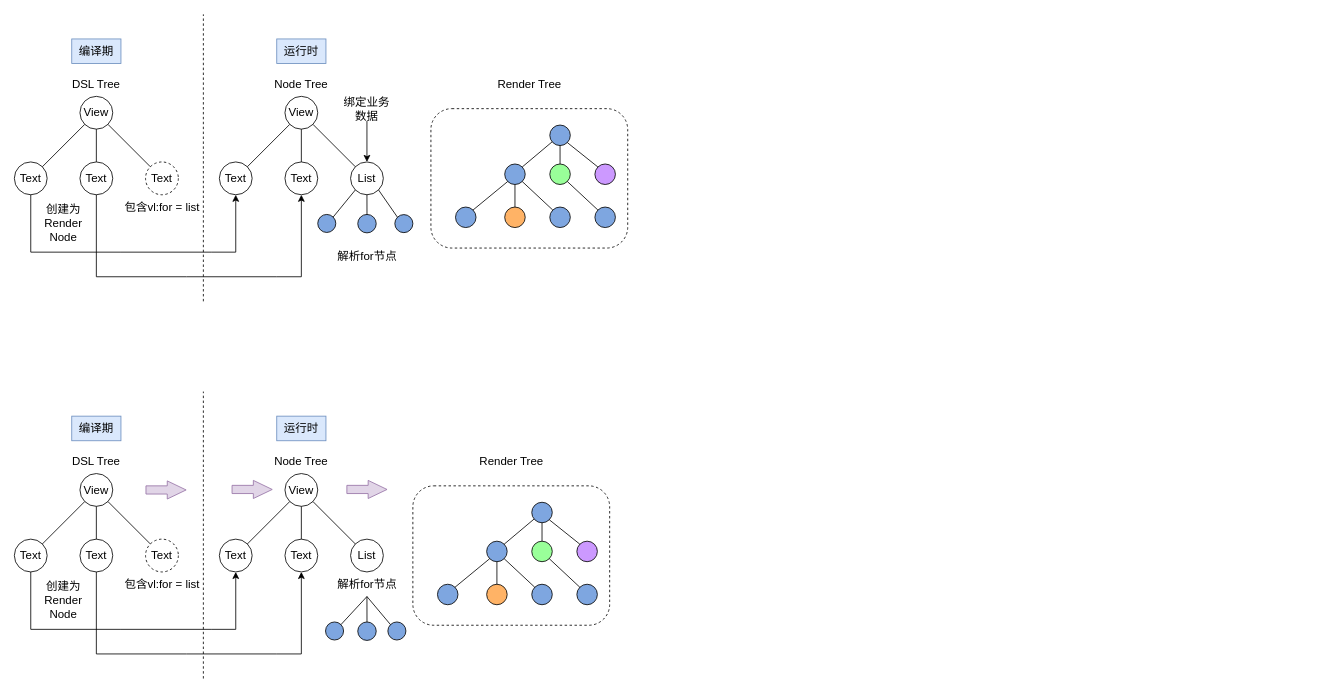
Earlier version of the draw.io diagram page "第 1 页" (1 of 2) of FS/未命名绘图.drawio (zqy0917/C_DR_Learn). Source tidied: cells renumbered, new cells numbered last; positions are measured from the earlier drawing's top-left corner, leaving out a move shared by most shapes. Both pictures are drawn from the tidied source at 82%, with x=0, y=0 at pixel (14, 14).
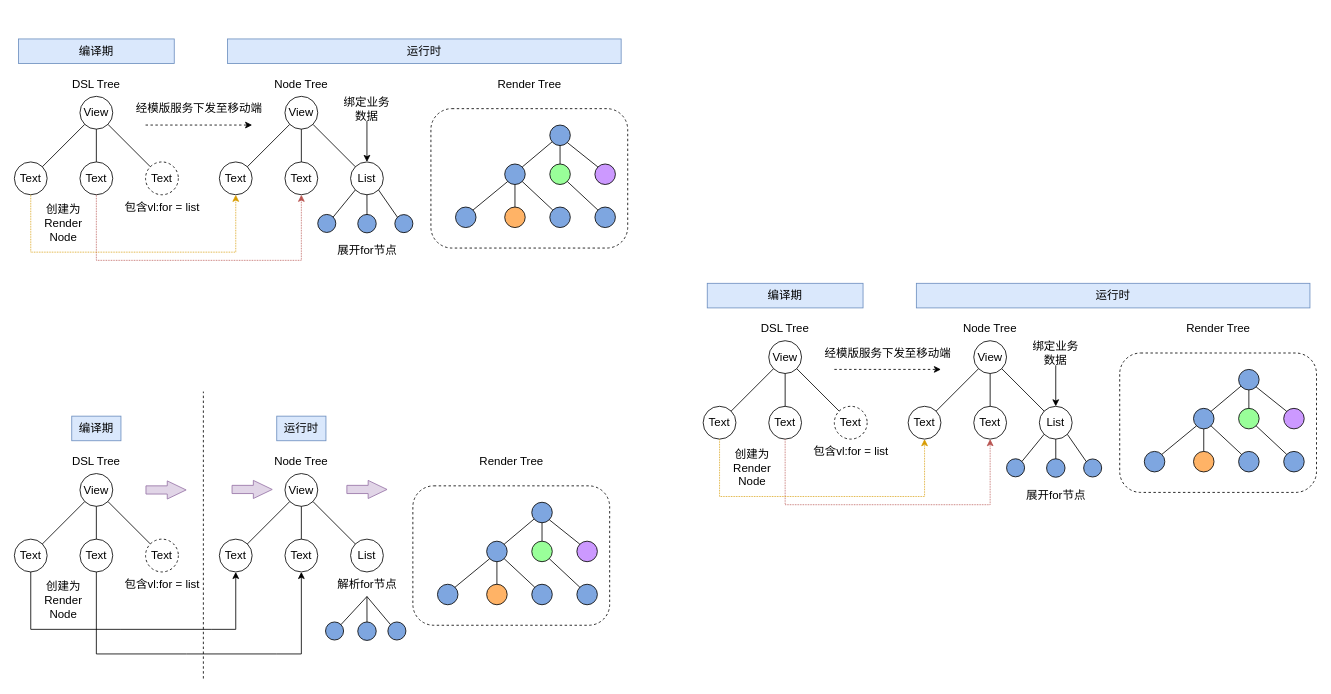
Above is the later version.

Commit message (it also covers changes not shown here):
更新未命名绘图.drawio

Unchanged cells that the change refers to:
```xml
<mxCell id="4" value="Text" style="ellipse;whiteSpace=wrap;html=1;fontSize=14;" parent="1" vertex="1">
  <mxGeometry y="180" width="40" height="40" as="geometry" />
</mxCell>
<mxCell id="6" value="Text" style="ellipse;whiteSpace=wrap;html=1;fontSize=14;" parent="1" vertex="1">
  <mxGeometry x="80" y="180" width="40" height="40" as="geometry" />
</mxCell>
<mxCell id="26" value="Text" style="ellipse;whiteSpace=wrap;html=1;fontSize=14;" parent="1" vertex="1">
  <mxGeometry x="250" y="180" width="40" height="40" as="geometry" />
</mxCell>
<mxCell id="28" value="Text" style="ellipse;whiteSpace=wrap;html=1;fontSize=14;" parent="1" vertex="1">
  <mxGeometry x="330" y="180" width="40" height="40" as="geometry" />
</mxCell>
```

The edit, as a diff of the source:
```diff
@@
-    <mxCell id="32" style="endArrow=classic;html=1;rounded=0;fontSize=14;exitX=0.5;exitY=1;exitDx=0;exitDy=0;entryX=0.5;entryY=1;entryDx=0;entryDy=0;" parent="1" edge="1" source="6" target="28">
+    <mxCell id="32" style="endArrow=classic;html=1;rounded=0;fontSize=14;exitX=0.5;exitY=1;exitDx=0;exitDy=0;entryX=0.5;entryY=1;entryDx=0;entryDy=0;fillColor=#f8cecc;strokeColor=#b85450;dashed=1;dashPattern=1 1;" parent="1" edge="1" source="6" target="28">
       <mxGeometry relative="1" as="geometry">
         <Array as="points">
-          <mxPoint x="100" y="320" />
-          <mxPoint x="210" y="320" />
-          <mxPoint x="320" y="320" />
-          <mxPoint x="350" y="320" />
+          <mxPoint x="100" y="300" />
+          <mxPoint x="210" y="300" />
+          <mxPoint x="320" y="300" />
+          <mxPoint x="350" y="300" />
         </Array>
       </mxGeometry>
     </mxCell>
-    <mxCell id="33" style="endArrow=classic;html=1;rounded=0;fontSize=14;exitX=0.5;exitY=1;exitDx=0;exitDy=0;entryX=0.5;entryY=1;entryDx=0;entryDy=0;" parent="1" edge="1" source="4" target="26">
+    <mxCell id="33" style="endArrow=classic;html=1;rounded=0;fontSize=14;exitX=0.5;exitY=1;exitDx=0;exitDy=0;entryX=0.5;entryY=1;entryDx=0;entryDy=0;fillColor=#ffe6cc;strokeColor=#d79b00;dashed=1;dashPattern=1 1;" parent="1" edge="1" source="4" target="26">
       <mxGeometry relative="1" as="geometry">
         <Array as="points">
           <mxPoint x="20" y="290" />
           <mxPoint x="130" y="290" />
           <mxPoint x="240" y="290" />
           <mxPoint x="270" y="290" />
         </Array>
       </mxGeometry>
     </mxCell>
@@
-    <mxCell id="38" value="解析for节点" style="text;html=1;strokeColor=none;fillColor=none;align=center;verticalAlign=middle;whiteSpace=wrap;rounded=0;fontSize=14;" parent="1" vertex="1">
-      <mxGeometry x="380" y="280" width="101" height="30" as="geometry" />
+    <mxCell id="38" value="展开for节点" style="text;html=1;strokeColor=none;fillColor=none;align=center;verticalAlign=middle;whiteSpace=wrap;rounded=0;fontSize=14;" parent="1" vertex="1">
+      <mxGeometry x="380" y="273" width="101" height="30" as="geometry" />
     </mxCell>
@@
-    <mxCell id="40" style="endArrow=none;dashed=1;html=1;rounded=0;fontSize=14;" parent="1" edge="1">
-      <mxGeometry relative="1" as="geometry">
-        <mxPoint x="230.5" y="350" as="sourcePoint" />
-        <mxPoint x="230.5" as="targetPoint" />
-      </mxGeometry>
-    </mxCell>
     <mxCell id="41" value="编译期" style="text;html=1;strokeColor=#6c8ebf;fillColor=#dae8fc;align=center;verticalAlign=middle;whiteSpace=wrap;rounded=0;fontSize=14;" parent="1" vertex="1">
-      <mxGeometry x="70" y="30" width="60" height="30" as="geometry" />
+      <mxGeometry x="5" y="30" width="190" height="30" as="geometry" />
     </mxCell>
     <mxCell id="42" value="运行时" style="text;html=1;strokeColor=#6c8ebf;fillColor=#dae8fc;align=center;verticalAlign=middle;whiteSpace=wrap;rounded=0;fontSize=14;" parent="1" vertex="1">
-      <mxGeometry x="320" y="30" width="60" height="30" as="geometry" />
+      <mxGeometry x="260" y="30" width="480" height="30" as="geometry" />
     </mxCell>
@@
+    <mxCell id="101" style="endArrow=classic;html=1;rounded=0;fontSize=14;dashed=1;" parent="1" edge="1">
+      <mxGeometry relative="1" as="geometry">
+        <mxPoint x="160" y="135" as="sourcePoint" />
+        <mxPoint x="290" y="135" as="targetPoint" />
+      </mxGeometry>
+    </mxCell>
+    <mxCell id="102" value="经模版服务下发至移动端" style="text;html=1;align=center;verticalAlign=middle;strokeColor=none;fillColor=none;fontSize=14;" parent="1" vertex="1">
+      <mxGeometry x="135" y="100" width="180" height="30" as="geometry" />
+    </mxCell>
+    <mxCell id="103" style="rounded=1;whiteSpace=wrap;html=1;shadow=0;dashed=1;" parent="1" vertex="1">
+      <mxGeometry x="1348" y="413" width="240" height="170" as="geometry" />
+    </mxCell>
+    <mxCell id="104" value="View" style="ellipse;whiteSpace=wrap;html=1;fontSize=14;" parent="1" vertex="1">
+      <mxGeometry x="920" y="398" width="40" height="40" as="geometry" />
+    </mxCell>
+    <mxCell id="105" value="Text" style="ellipse;whiteSpace=wrap;html=1;fontSize=14;" parent="1" vertex="1">
+      <mxGeometry x="840" y="478" width="40" height="40" as="geometry" />
+    </mxCell>
+    <mxCell id="106" style="endArrow=none;html=1;rounded=0;exitX=1;exitY=0;exitDx=0;exitDy=0;" parent="1" edge="1" source="105" target="104">
+      <mxGeometry relative="1" as="geometry" />
+    </mxCell>
+    <mxCell id="107" value="Text" style="ellipse;whiteSpace=wrap;html=1;fontSize=14;" parent="1" vertex="1">
+      <mxGeometry x="920" y="478" width="40" height="40" as="geometry" />
+    </mxCell>
+    <mxCell id="108" value="Text" style="ellipse;whiteSpace=wrap;html=1;fontSize=14;dashed=1;" parent="1" vertex="1">
+      <mxGeometry x="1000" y="478" width="40" height="40" as="geometry" />
+    </mxCell>
+    <mxCell id="109" style="endArrow=none;html=1;rounded=0;entryX=0.5;entryY=1;entryDx=0;entryDy=0;" parent="1" edge="1" source="107" target="104">
+      <mxGeometry relative="1" as="geometry" />
+    </mxCell>
+    <mxCell id="110" style="endArrow=none;html=1;rounded=0;exitX=1;exitY=1;exitDx=0;exitDy=0;entryX=0;entryY=0;entryDx=0;entryDy=0;" parent="1" edge="1" source="104" target="108">
+      <mxGeometry relative="1" as="geometry" />
+    </mxCell>
+    <mxCell id="111" style="ellipse;whiteSpace=wrap;html=1;fillColor=#7EA6E0;" parent="1" vertex="1">
+      <mxGeometry x="1493" y="433" width="25" height="25" as="geometry" />
+    </mxCell>
+    <mxCell id="112" style="ellipse;whiteSpace=wrap;html=1;fillColor=#7EA6E0;" parent="1" vertex="1">
+      <mxGeometry x="1438" y="480.5" width="25" height="25" as="geometry" />
+    </mxCell>
+    <mxCell id="113" style="endArrow=none;html=1;rounded=0;exitX=1;exitY=0;exitDx=0;exitDy=0;" parent="1" edge="1" source="112" target="111">
+      <mxGeometry relative="1" as="geometry" />
+    </mxCell>
+    <mxCell id="114" style="ellipse;whiteSpace=wrap;html=1;fillColor=#99FF99;" parent="1" vertex="1">
+      <mxGeometry x="1493" y="480.5" width="25" height="25" as="geometry" />
+    </mxCell>
+    <mxCell id="115" style="ellipse;whiteSpace=wrap;html=1;fillColor=#CC99FF;" parent="1" vertex="1">
+      <mxGeometry x="1548" y="480.5" width="25" height="25" as="geometry" />
+    </mxCell>
+    <mxCell id="116" style="endArrow=none;html=1;rounded=0;entryX=0.5;entryY=1;entryDx=0;entryDy=0;" parent="1" edge="1" source="114" target="111">
+      <mxGeometry relative="1" as="geometry" />
+    </mxCell>
+    <mxCell id="117" style="endArrow=none;html=1;rounded=0;exitX=1;exitY=1;exitDx=0;exitDy=0;entryX=0;entryY=0;entryDx=0;entryDy=0;" parent="1" edge="1" source="111" target="115">
+      <mxGeometry relative="1" as="geometry" />
+    </mxCell>
+    <mxCell id="118" style="ellipse;whiteSpace=wrap;html=1;fillColor=#7EA6E0;" parent="1" vertex="1">
+      <mxGeometry x="1378" y="533" width="25" height="25" as="geometry" />
+    </mxCell>
+    <mxCell id="119" style="ellipse;whiteSpace=wrap;html=1;fillColor=#FFB366;" parent="1" vertex="1">
+      <mxGeometry x="1438" y="533" width="25" height="25" as="geometry" />
+    </mxCell>
+    <mxCell id="120" style="ellipse;whiteSpace=wrap;html=1;fillColor=#7EA6E0;" parent="1" vertex="1">
+      <mxGeometry x="1493" y="533" width="25" height="25" as="geometry" />
+    </mxCell>
+    <mxCell id="121" style="ellipse;whiteSpace=wrap;html=1;fillColor=#7EA6E0;" parent="1" vertex="1">
+      <mxGeometry x="1548" y="533" width="25" height="25" as="geometry" />
+    </mxCell>
+    <mxCell id="122" style="endArrow=none;html=1;rounded=0;exitX=1;exitY=0;exitDx=0;exitDy=0;entryX=0;entryY=1;entryDx=0;entryDy=0;" parent="1" edge="1" source="118" target="112">
+      <mxGeometry relative="1" as="geometry" />
+    </mxCell>
+    <mxCell id="123" style="endArrow=none;html=1;rounded=0;entryX=0.5;entryY=1;entryDx=0;entryDy=0;exitX=0.5;exitY=0;exitDx=0;exitDy=0;" parent="1" edge="1" source="119" target="112">
+      <mxGeometry relative="1" as="geometry" />
+    </mxCell>
+    <mxCell id="124" style="endArrow=none;html=1;rounded=0;exitX=1;exitY=1;exitDx=0;exitDy=0;entryX=0;entryY=0;entryDx=0;entryDy=0;" parent="1" edge="1" source="112" target="120">
+      <mxGeometry relative="1" as="geometry" />
+    </mxCell>
+    <mxCell id="125" style="endArrow=none;html=1;rounded=0;entryX=1;entryY=1;entryDx=0;entryDy=0;exitX=0;exitY=0;exitDx=0;exitDy=0;" parent="1" edge="1" source="121" target="114">
+      <mxGeometry relative="1" as="geometry" />
+    </mxCell>
+    <mxCell id="126" value="View" style="ellipse;whiteSpace=wrap;html=1;fontSize=14;" parent="1" vertex="1">
+      <mxGeometry x="1170" y="398" width="40" height="40" as="geometry" />
+    </mxCell>
+    <mxCell id="127" value="Text" style="ellipse;whiteSpace=wrap;html=1;fontSize=14;" parent="1" vertex="1">
+      <mxGeometry x="1090" y="478" width="40" height="40" as="geometry" />
+    </mxCell>
+    <mxCell id="128" style="endArrow=none;html=1;rounded=0;exitX=1;exitY=0;exitDx=0;exitDy=0;" parent="1" edge="1" source="127" target="126">
+      <mxGeometry relative="1" as="geometry" />
+    </mxCell>
+    <mxCell id="129" value="Text" style="ellipse;whiteSpace=wrap;html=1;fontSize=14;" parent="1" vertex="1">
+      <mxGeometry x="1170" y="478" width="40" height="40" as="geometry" />
+    </mxCell>
+    <mxCell id="130" value="List" style="ellipse;whiteSpace=wrap;html=1;fontSize=14;" parent="1" vertex="1">
+      <mxGeometry x="1250" y="478" width="40" height="40" as="geometry" />
+    </mxCell>
+    <mxCell id="131" style="endArrow=none;html=1;rounded=0;entryX=0.5;entryY=1;entryDx=0;entryDy=0;" parent="1" edge="1" source="129" target="126">
+      <mxGeometry relative="1" as="geometry" />
+    </mxCell>
+    <mxCell id="132" style="endArrow=none;html=1;rounded=0;exitX=1;exitY=1;exitDx=0;exitDy=0;entryX=0;entryY=0;entryDx=0;entryDy=0;" parent="1" edge="1" source="126" target="130">
+      <mxGeometry relative="1" as="geometry" />
+    </mxCell>
+    <mxCell id="133" style="endArrow=classic;html=1;rounded=0;fontSize=14;exitX=0.5;exitY=1;exitDx=0;exitDy=0;entryX=0.5;entryY=1;entryDx=0;entryDy=0;fillColor=#f8cecc;strokeColor=#b85450;dashed=1;dashPattern=1 1;" parent="1" edge="1" source="107" target="129">
+      <mxGeometry relative="1" as="geometry">
+        <Array as="points">
+          <mxPoint x="940" y="598" />
+          <mxPoint x="1050" y="598" />
+          <mxPoint x="1160" y="598" />
+          <mxPoint x="1190" y="598" />
+        </Array>
+      </mxGeometry>
+    </mxCell>
+    <mxCell id="134" style="endArrow=classic;html=1;rounded=0;fontSize=14;exitX=0.5;exitY=1;exitDx=0;exitDy=0;entryX=0.5;entryY=1;entryDx=0;entryDy=0;fillColor=#ffe6cc;strokeColor=#d79b00;dashed=1;dashPattern=1 1;" parent="1" edge="1" source="105" target="127">
+      <mxGeometry relative="1" as="geometry">
+        <Array as="points">
+          <mxPoint x="860" y="588" />
+          <mxPoint x="970" y="588" />
+          <mxPoint x="1080" y="588" />
+          <mxPoint x="1110" y="588" />
+        </Array>
+      </mxGeometry>
+    </mxCell>
+    <mxCell id="135" value="创建为Render Node" style="text;html=1;strokeColor=none;fillColor=none;align=center;verticalAlign=middle;whiteSpace=wrap;rounded=0;fontSize=14;" parent="1" vertex="1">
+      <mxGeometry x="870" y="538" width="60" height="30" as="geometry" />
+    </mxCell>
+    <mxCell id="136" value="包含vl:for = list" style="text;html=1;strokeColor=none;fillColor=none;align=center;verticalAlign=middle;whiteSpace=wrap;rounded=0;fontSize=14;" parent="1" vertex="1">
+      <mxGeometry x="969.5" y="518" width="101" height="30" as="geometry" />
+    </mxCell>
+    <mxCell id="137" value="DSL Tree" style="text;html=1;strokeColor=none;fillColor=none;align=center;verticalAlign=middle;whiteSpace=wrap;rounded=0;fontSize=14;" parent="1" vertex="1">
+      <mxGeometry x="900" y="368" width="80" height="30" as="geometry" />
+    </mxCell>
+    <mxCell id="138" value="Node Tree" style="text;html=1;strokeColor=none;fillColor=none;align=center;verticalAlign=middle;whiteSpace=wrap;rounded=0;fontSize=14;" parent="1" vertex="1">
+      <mxGeometry x="1155" y="368" width="70" height="30" as="geometry" />
+    </mxCell>
+    <mxCell id="139" value="展开for节点" style="text;html=1;strokeColor=none;fillColor=none;align=center;verticalAlign=middle;whiteSpace=wrap;rounded=0;fontSize=14;" parent="1" vertex="1">
+      <mxGeometry x="1220" y="571" width="101" height="30" as="geometry" />
+    </mxCell>
+    <mxCell id="140" value="Render Tree" style="text;html=1;strokeColor=none;fillColor=none;align=center;verticalAlign=middle;whiteSpace=wrap;rounded=0;fontSize=14;" parent="1" vertex="1">
+      <mxGeometry x="1425.5" y="368" width="85" height="30" as="geometry" />
+    </mxCell>
+    <mxCell id="141" value="编译期" style="text;html=1;strokeColor=#6c8ebf;fillColor=#dae8fc;align=center;verticalAlign=middle;whiteSpace=wrap;rounded=0;fontSize=14;" parent="1" vertex="1">
+      <mxGeometry x="845" y="328" width="190" height="30" as="geometry" />
+    </mxCell>
+    <mxCell id="142" value="运行时" style="text;html=1;strokeColor=#6c8ebf;fillColor=#dae8fc;align=center;verticalAlign=middle;whiteSpace=wrap;rounded=0;fontSize=14;" parent="1" vertex="1">
+      <mxGeometry x="1100" y="328" width="480" height="30" as="geometry" />
+    </mxCell>
+    <mxCell id="143" style="ellipse;whiteSpace=wrap;html=1;fillColor=#7EA6E0;" parent="1" vertex="1">
+      <mxGeometry x="1258.8" y="542" width="22.5" height="22.5" as="geometry" />
+    </mxCell>
+    <mxCell id="144" style="ellipse;whiteSpace=wrap;html=1;fillColor=#7EA6E0;" parent="1" vertex="1">
+      <mxGeometry x="1210" y="542" width="22" height="22" as="geometry" />
+    </mxCell>
+    <mxCell id="145" style="ellipse;whiteSpace=wrap;html=1;fillColor=#7EA6E0;" parent="1" vertex="1">
+      <mxGeometry x="1304" y="542.2" width="22" height="22" as="geometry" />
+    </mxCell>
+    <mxCell id="146" style="endArrow=none;html=1;rounded=0;fontSize=14;entryX=0;entryY=1;entryDx=0;entryDy=0;exitX=1;exitY=0;exitDx=0;exitDy=0;" parent="1" edge="1" source="144" target="130">
+      <mxGeometry relative="1" as="geometry" />
+    </mxCell>
+    <mxCell id="147" style="endArrow=none;html=1;rounded=0;fontSize=14;exitX=0.5;exitY=0;exitDx=0;exitDy=0;entryX=0.5;entryY=1;entryDx=0;entryDy=0;" parent="1" edge="1" source="143" target="130">
+      <mxGeometry relative="1" as="geometry" />
+    </mxCell>
+    <mxCell id="148" style="endArrow=none;html=1;rounded=0;fontSize=14;exitX=0;exitY=0;exitDx=0;exitDy=0;entryX=1;entryY=1;entryDx=0;entryDy=0;" parent="1" edge="1" source="145" target="130">
+      <mxGeometry relative="1" as="geometry" />
+    </mxCell>
+    <mxCell id="149" value="绑定业务数据" style="text;html=1;strokeColor=none;fillColor=none;align=center;verticalAlign=middle;whiteSpace=wrap;rounded=0;fontSize=14;" parent="1" vertex="1">
+      <mxGeometry x="1240" y="398" width="60" height="30" as="geometry" />
+    </mxCell>
+    <mxCell id="150" style="endArrow=classic;html=1;rounded=0;fontSize=14;entryX=0.5;entryY=0;entryDx=0;entryDy=0;exitX=0.5;exitY=1;exitDx=0;exitDy=0;" parent="1" edge="1" source="149" target="130">
+      <mxGeometry relative="1" as="geometry" />
+    </mxCell>
+    <mxCell id="151" style="endArrow=classic;html=1;rounded=0;fontSize=14;dashed=1;" parent="1" edge="1">
+      <mxGeometry relative="1" as="geometry">
+        <mxPoint x="1000" y="433" as="sourcePoint" />
+        <mxPoint x="1130" y="433" as="targetPoint" />
+      </mxGeometry>
+    </mxCell>
+    <mxCell id="152" value="经模版服务下发至移动端" style="text;html=1;align=center;verticalAlign=middle;strokeColor=none;fillColor=none;fontSize=14;" parent="1" vertex="1">
+      <mxGeometry x="975" y="398" width="180" height="30" as="geometry" />
+    </mxCell>
```
